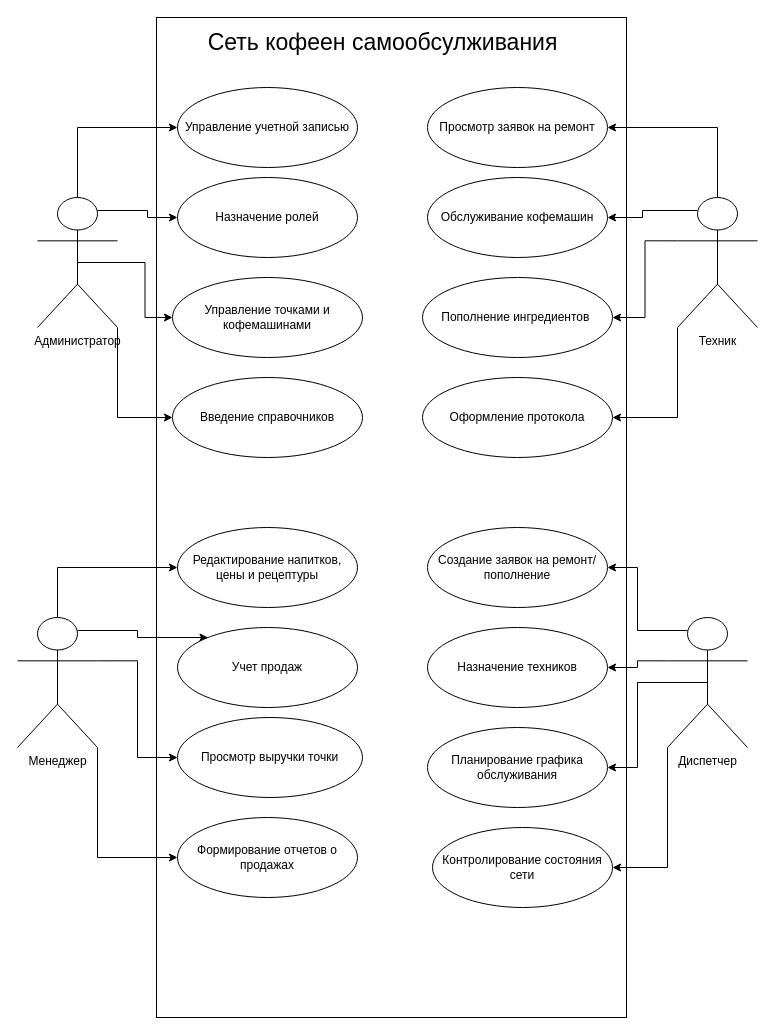
The draw.io diagram diagrams/Диаграмма вариантов пользования кофеин.drawio in r0ckstaRf/practice-491, before the edit. Source tidied: cells renumbered, new cells numbered last; positions are measured from the earlier drawing's top-left corner, leaving out a move shared by most shapes. Both pictures are drawn from the tidied source at 100%, with x=0, y=0 at pixel (17, 17).
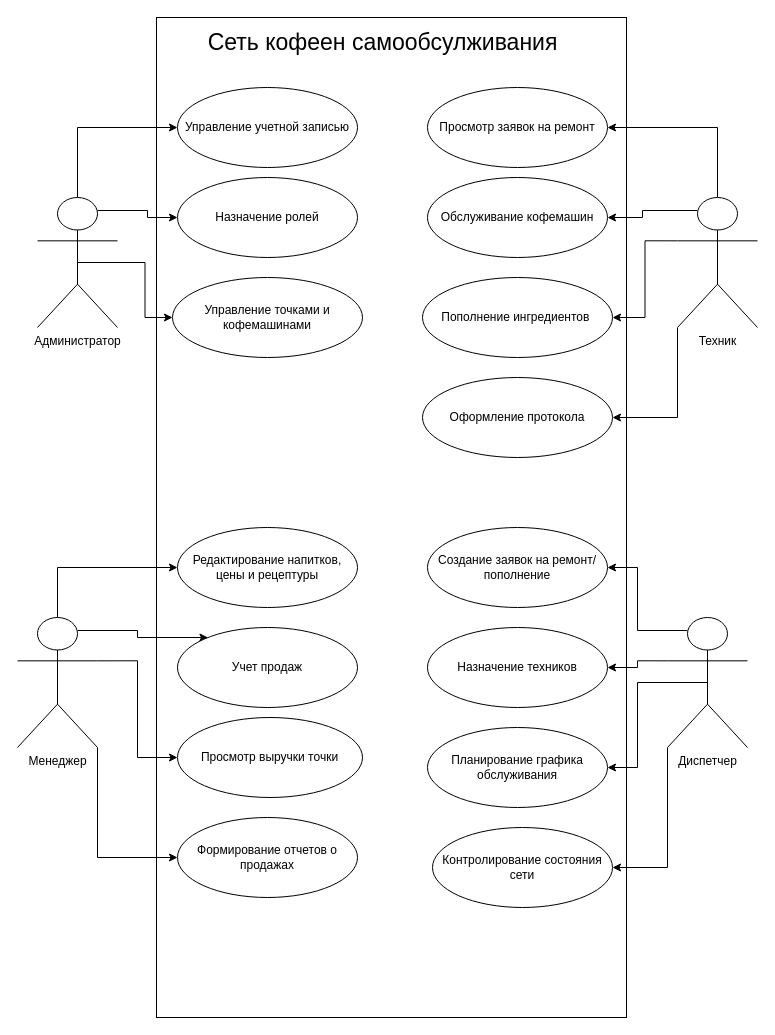
After the change.

Commit message (it also covers changes not shown here):
обновленные диаграммы

обновлена диаграмма вариантов использования кофеин(формат png, drawio)

The change refers to these unchanged cells:
```xml
<mxCell id="8" value="Администратор" style="shape=umlActor;verticalLabelPosition=bottom;verticalAlign=top;html=1;outlineConnect=0;" parent="1" vertex="1">
  <mxGeometry x="20" y="180" width="80" height="130" as="geometry" />
</mxCell>
```

Diff of the diagram source:
```diff
@@
-    <mxCell id="23" value="Введение справочников" style="ellipse;whiteSpace=wrap;html=1;" parent="1" vertex="1">
-      <mxGeometry x="155" y="360" width="190" height="80" as="geometry" />
-    </mxCell>
@@
-    <mxCell id="27" style="edgeStyle=orthogonalEdgeStyle;rounded=0;jettySize=auto;html=1;exitX=1;exitY=1;exitDx=0;exitDy=0;exitPerimeter=0;entryX=0;entryY=0.5;entryDx=0;entryDy=0;" parent="1" edge="1" source="8" target="23">
-      <mxGeometry relative="1" as="geometry" />
-    </mxCell>
```
